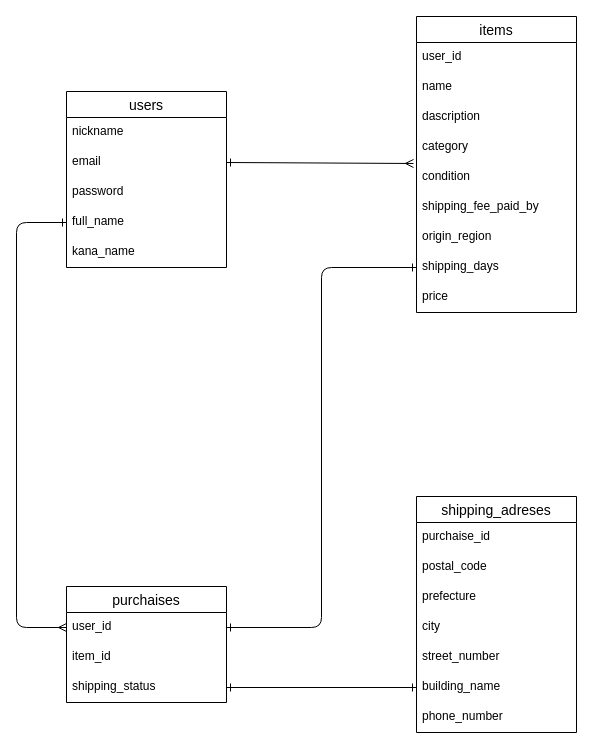
This is test.dio from 319tomoshi/furima-39963, a draw.io file, before an edit. Source tidied: cells renumbered, new cells numbered last; positions are measured from the earlier drawing's top-left corner, leaving out a move shared by most shapes. Both pictures are drawn from the tidied source at 100%, with x=0, y=0 at pixel (16, 16).
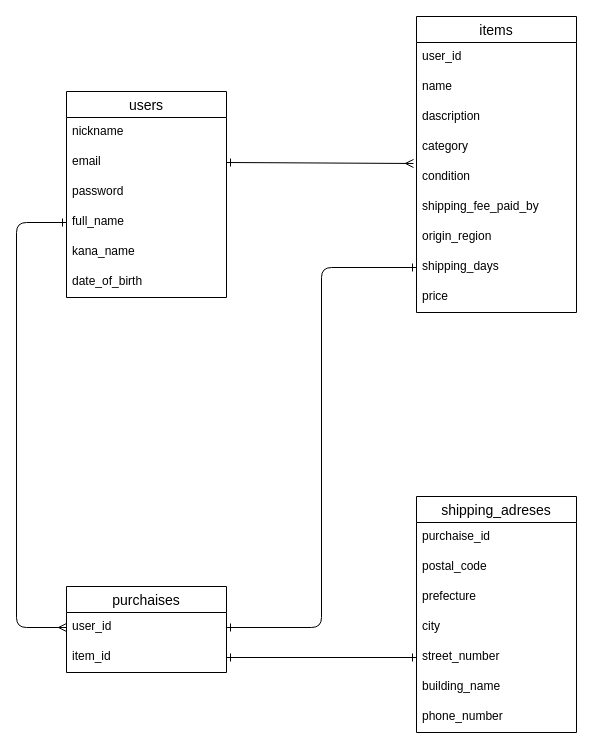
The same page after the edit.

Commit message (it also covers changes not shown here):
データベース設計を修正

Unchanged cells that the change refers to:
```xml
<mxCell id="20" value="item_id" style="text;strokeColor=none;fillColor=none;spacingLeft=4;spacingRight=4;overflow=hidden;points=[[0,0.5],[1,0.5]];portConstraint=eastwest;fontSize=12;" parent="18" vertex="1">
  <mxGeometry y="56" width="160" height="30" as="geometry" />
</mxCell>
<mxCell id="27" value="street_number" style="text;strokeColor=none;fillColor=none;spacingLeft=4;spacingRight=4;overflow=hidden;points=[[0,0.5],[1,0.5]];portConstraint=eastwest;fontSize=12;" parent="22" vertex="1">
  <mxGeometry y="146" width="160" height="30" as="geometry" />
</mxCell>
<mxCell id="28" value="building_name" style="text;strokeColor=none;fillColor=none;spacingLeft=4;spacingRight=4;overflow=hidden;points=[[0,0.5],[1,0.5]];portConstraint=eastwest;fontSize=12;" parent="22" vertex="1">
  <mxGeometry y="176" width="160" height="30" as="geometry" />
</mxCell>
```

The edit, as a diff of the source:
```diff
@@
     <mxCell id="2" value="users" style="swimlane;fontStyle=0;horizontal=1;startSize=26;align=center;fontSize=14;" parent="1" vertex="1">
-      <mxGeometry x="50" y="75" width="160" height="176" as="geometry" />
+      <mxGeometry x="50" y="75" width="160" height="206" as="geometry" />
     </mxCell>
@@
+    <mxCell id="34" value="date_of_birth" style="text;strokeColor=none;fillColor=none;spacingLeft=4;spacingRight=4;overflow=hidden;fontSize=12;" parent="2" vertex="1">
+      <mxGeometry y="176" width="160" height="30" as="geometry" />
+    </mxCell>
@@
     <mxCell id="18" value="purchaises" style="swimlane;fontStyle=0;horizontal=1;startSize=26;align=center;fontSize=14;" parent="1" vertex="1">
-      <mxGeometry x="50" y="570" width="160" height="116" as="geometry" />
+      <mxGeometry x="50" y="570" width="160" height="86" as="geometry" />
     </mxCell>
@@
-    <mxCell id="21" value="shipping_status" style="text;strokeColor=none;fillColor=none;spacingLeft=4;spacingRight=4;overflow=hidden;points=[[0,0.5],[1,0.5]];portConstraint=eastwest;fontSize=12;" parent="18" vertex="1">
-      <mxGeometry y="86" width="160" height="30" as="geometry" />
-    </mxCell>
@@
-    <mxCell id="33" style="edgeStyle=none;html=1;exitX=1;exitY=0.5;exitDx=0;exitDy=0;entryX=0;entryY=0.5;entryDx=0;entryDy=0;strokeWidth=1;startArrow=ERone;startFill=0;endArrow=ERone;endFill=0;" parent="1" edge="1" source="21" target="28">
+    <mxCell id="33" style="edgeStyle=none;html=1;exitX=1;exitY=0.5;exitDx=0;exitDy=0;entryX=0;entryY=0.5;entryDx=0;entryDy=0;strokeWidth=1;startArrow=ERone;startFill=0;endArrow=ERone;endFill=0;" parent="1" edge="1" source="20" target="27">
       <mxGeometry relative="1" as="geometry" />
     </mxCell>
```
